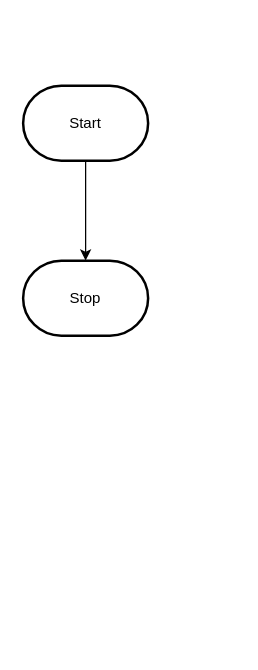
This is design/flowchart.drawio from MTHS-ICD2O-1-2023/ICD2O-Unit-5-02-Hames-al-sharoa, a draw.io file, before an edit. Source tidied: cells renumbered, new cells numbered last; positions are measured from the earlier drawing's top-left corner, leaving out a move shared by most shapes. Both pictures are drawn from the tidied source at 125%, with x=0, y=0 at pixel (22, 85).
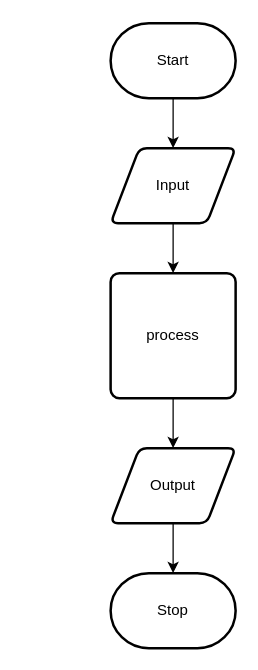
Above is the later version.

Change to the diagram source:
```diff
@@
 <mxGraphModel>
   <root>
     <mxCell id="0" />
     <mxCell id="1" parent="0" />
+    <mxCell id="5" style="edgeStyle=none;html=1;" parent="1" edge="1" source="3" target="4">
+      <mxGeometry relative="1" as="geometry" />
+    </mxCell>
+    <mxCell id="3" value="Start" style="strokeWidth=2;html=1;shape=mxgraph.flowchart.terminator;whiteSpace=wrap;" parent="1" vertex="1">
+      <mxGeometry x="70" y="-50" width="100" height="60" as="geometry" />
+    </mxCell>
+    <mxCell id="6" style="edgeStyle=none;html=1;" parent="1" edge="1" source="4" target="2">
+      <mxGeometry relative="1" as="geometry" />
+    </mxCell>
+    <mxCell id="4" value="Input" style="shape=parallelogram;html=1;strokeWidth=2;perimeter=parallelogramPerimeter;whiteSpace=wrap;rounded=1;arcSize=12;size=0.23;" parent="1" vertex="1">
+      <mxGeometry x="70" y="50" width="100" height="60" as="geometry" />
+    </mxCell>
+    <mxCell id="7" style="edgeStyle=none;html=1;" parent="1" edge="1" source="2" target="9">
+      <mxGeometry relative="1" as="geometry" />
+    </mxCell>
-    <mxCell id="2" style="edgeStyle=orthogonalEdgeStyle;html=1;rounded=0;" parent="1" edge="1" source="3" target="4">
-      <mxGeometry relative="1" as="geometry" />
+    <mxCell id="2" value="process" style="rounded=1;whiteSpace=wrap;html=1;absoluteArcSize=1;arcSize=14;strokeWidth=2;" parent="1" vertex="1">
+      <mxGeometry x="70" y="150" width="100" height="100" as="geometry" />
     </mxCell>
-    <mxCell id="3" value="Start" style="strokeWidth=2;html=1;shape=mxgraph.flowchart.terminator;whiteSpace=wrap;" parent="1" vertex="1">
-      <mxGeometry width="100" height="60" as="geometry" />
-    </mxCell>
-    <mxCell id="4" value="Stop" style="strokeWidth=2;html=1;shape=mxgraph.flowchart.terminator;whiteSpace=wrap;" parent="1" vertex="1">
-      <mxGeometry y="140" width="100" height="60" as="geometry" />
-    </mxCell>
+    <mxCell id="8" style="edgeStyle=none;html=1;" parent="1" edge="1" source="9" target="10">
+      <mxGeometry relative="1" as="geometry" />
+    </mxCell>
+    <mxCell id="9" value="Output" style="shape=parallelogram;html=1;strokeWidth=2;perimeter=parallelogramPerimeter;whiteSpace=wrap;rounded=1;arcSize=12;size=0.23;" parent="1" vertex="1">
+      <mxGeometry x="70" y="290" width="100" height="60" as="geometry" />
+    </mxCell>
+    <mxCell id="10" value="Stop" style="strokeWidth=2;html=1;shape=mxgraph.flowchart.terminator;whiteSpace=wrap;" parent="1" vertex="1">
+      <mxGeometry x="70" y="390" width="100" height="60" as="geometry" />
+    </mxCell>
   </root>
 </mxGraphModel>
```
